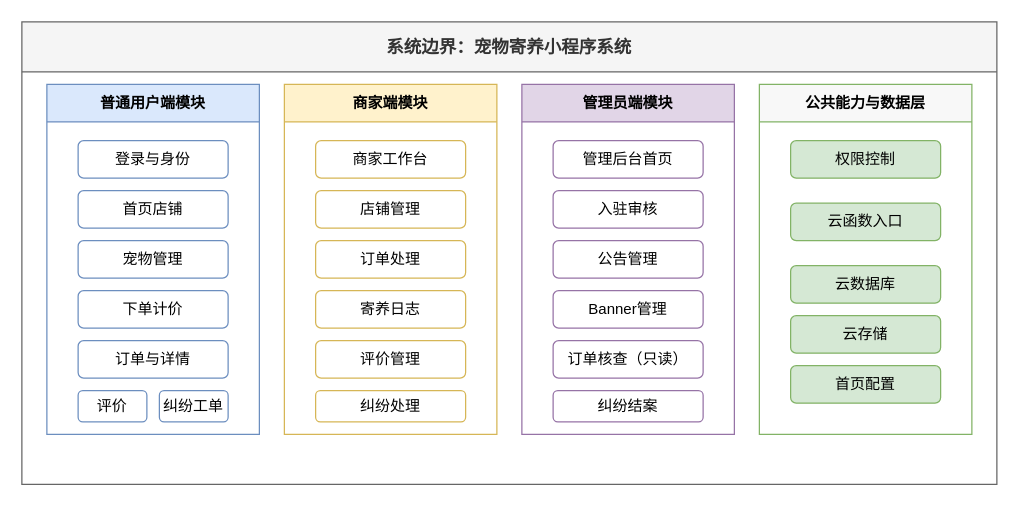
Before: 宠物-功能模块图.drawio in First-Lucky-Dog/vscode, a draw.io diagram. Source tidied: cells renumbered, new cells numbered last; positions are measured from the earlier drawing's top-left corner, leaving out a move shared by most shapes. Both pictures are drawn from the tidied source at 125%, with x=0, y=0 at pixel (21, 21).
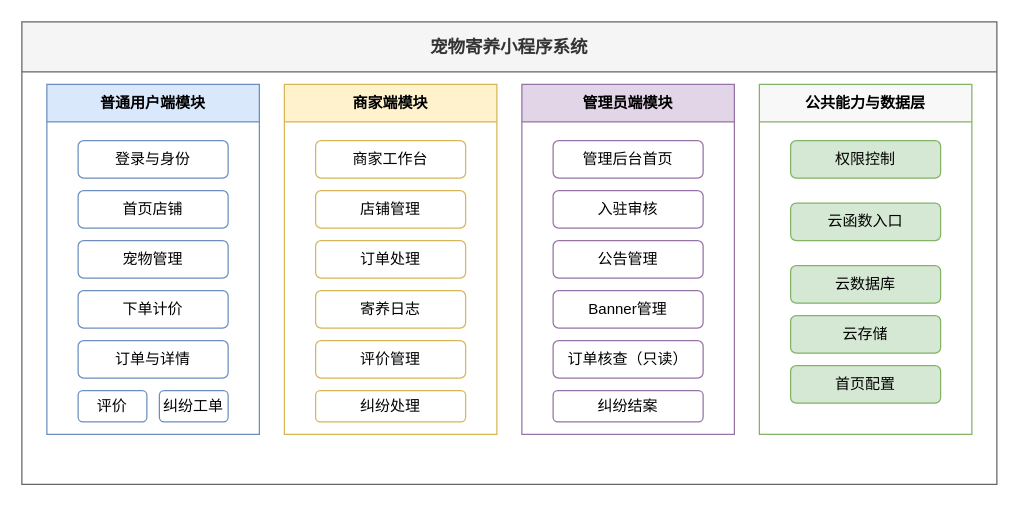
Above is the later version.

Commit message:
更新宠物-功能模块图.drawio

Change to the diagram source:
```diff
@@
-    <mxCell id="2" value="系统边界：宠物寄养小程序系统" style="swimlane;whiteSpace=wrap;html=1;fillColor=#f5f5f5;strokeColor=#666666;fontColor=#333333;fontSize=14;fontStyle=1;startSize=40;" parent="1" vertex="1">
+    <mxCell id="2" value="宠物寄养小程序系统" style="swimlane;whiteSpace=wrap;html=1;fillColor=#f5f5f5;strokeColor=#666666;fontColor=#333333;fontSize=14;fontStyle=1;startSize=40;" parent="1" vertex="1">
       <mxGeometry width="780" height="370" as="geometry" />
     </mxCell>
```
